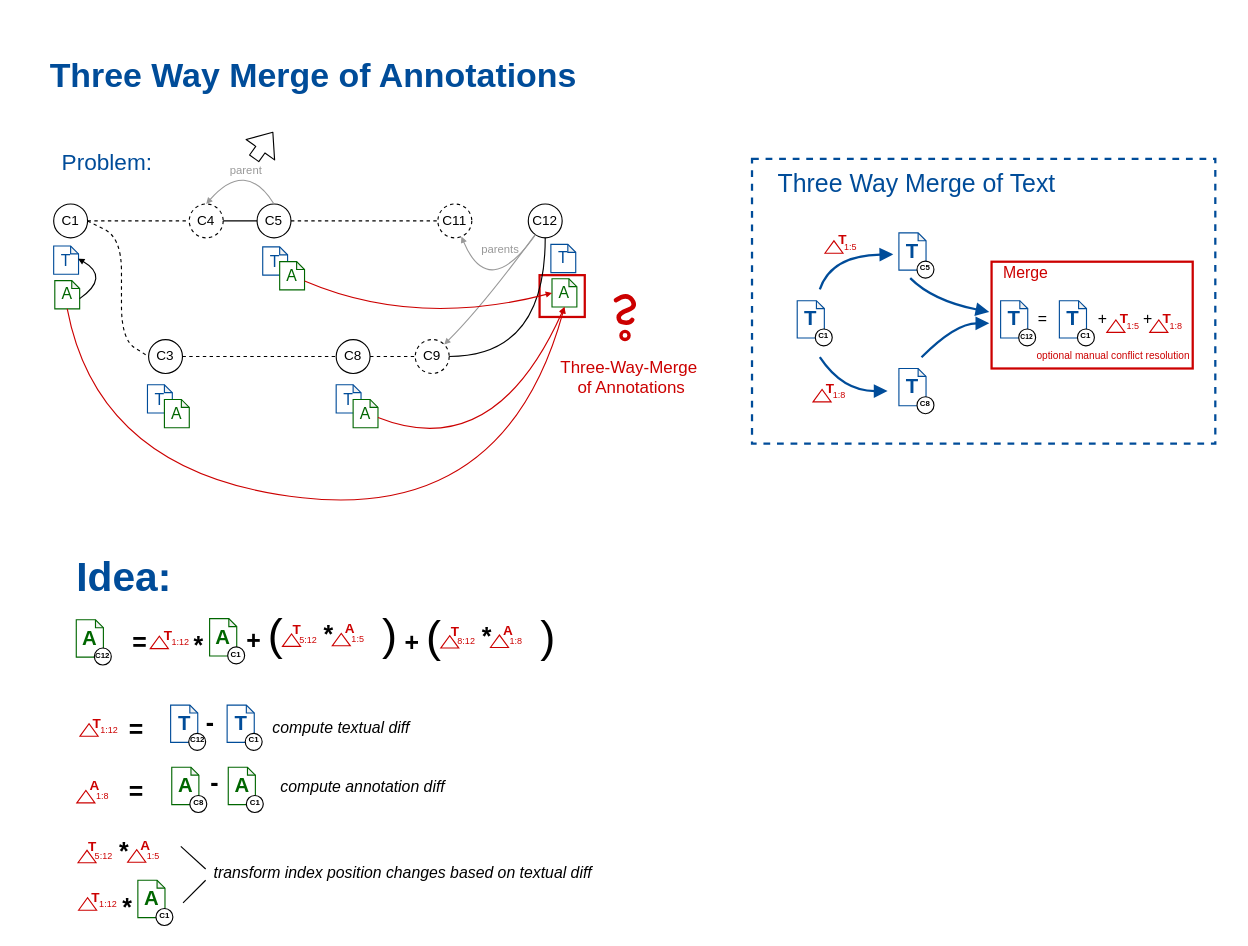
This is demos/annotations/update_annotations.drawio from LivelyKernel/lively4-core, a draw.io file, before an edit. Source tidied: cells renumbered, new cells numbered last; positions are measured from the earlier drawing's top-left corner, leaving out a move shared by most shapes. Both pictures are drawn from the tidied source at 113%, with x=0, y=0 at pixel (19, 18).
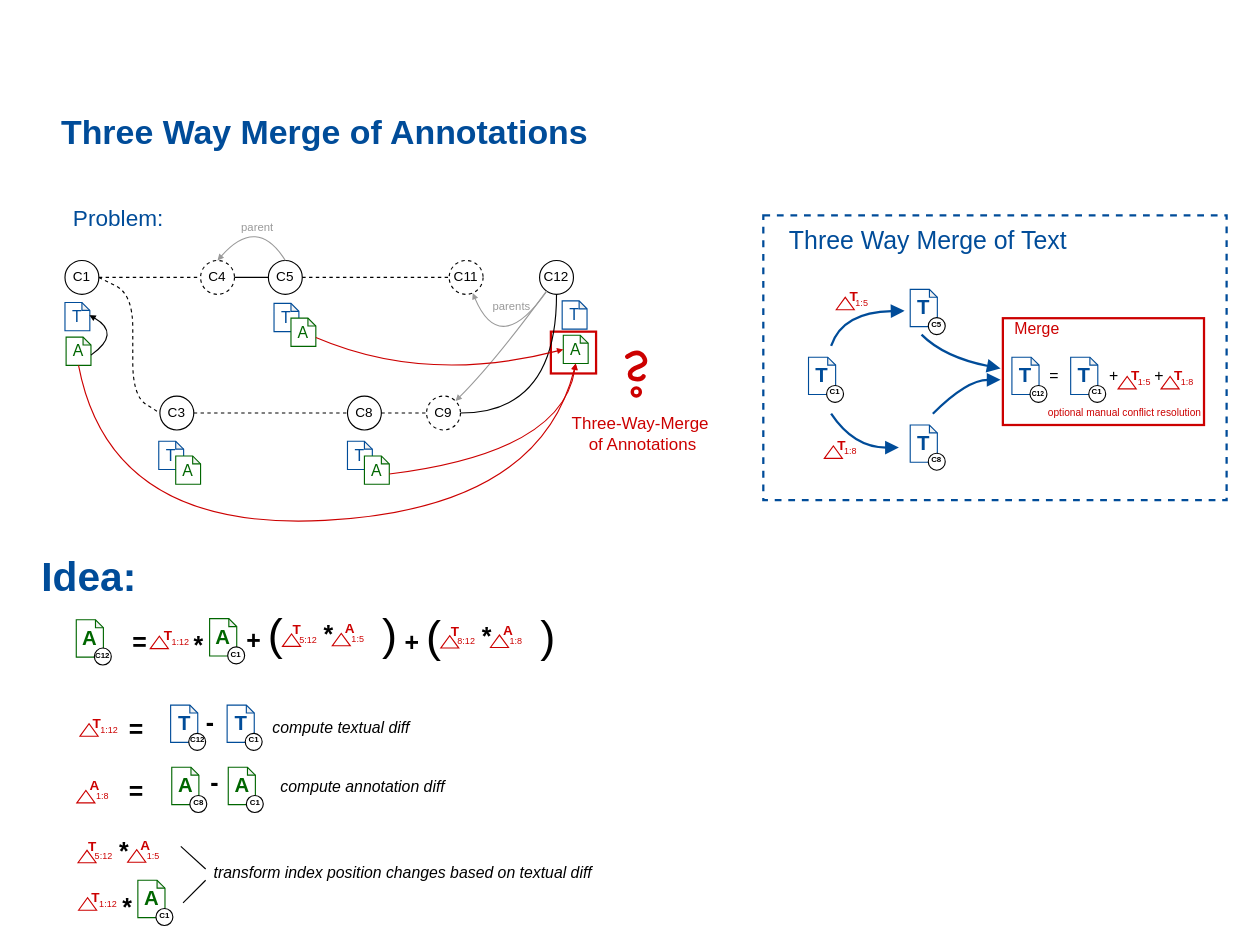
After the change.

Change to the diagram source:
```diff
@@
     <mxCell id="2" style="rounded=0;whiteSpace=wrap;html=1;shadow=0;comic=0;labelBackgroundColor=none;strokeColor=#004C99;strokeWidth=2;fillColor=none;fontFamily=Helvetica;fontSize=9;fontColor=#000000;dashed=1;" parent="1" vertex="1">
-      <mxGeometry x="648" y="124" width="410" height="252.1" as="geometry" />
+      <mxGeometry x="658" y="174" width="410" height="252.1" as="geometry" />
     </mxCell>
     <mxCell id="3" style="rounded=0;whiteSpace=wrap;html=1;strokeColor=#CC0000;fontSize=10;fontColor=#999999;fillColor=none;strokeWidth=2;" parent="1" vertex="1">
-      <mxGeometry x="460" y="227" width="40" height="37" as="geometry" />
+      <mxGeometry x="470" y="277" width="40" height="37" as="geometry" />
     </mxCell>
     <mxCell id="4" value="C1" style="ellipse;whiteSpace=wrap;html=1;" parent="1" vertex="1">
-      <mxGeometry x="30" y="164" width="30" height="30" as="geometry" />
+      <mxGeometry x="40" y="214" width="30" height="30" as="geometry" />
     </mxCell>
     <mxCell id="5" value="C4" style="ellipse;whiteSpace=wrap;html=1;dashed=1;" parent="1" vertex="1">
-      <mxGeometry x="150" y="164" width="30" height="30" as="geometry" />
+      <mxGeometry x="160" y="214" width="30" height="30" as="geometry" />
     </mxCell>
     <mxCell id="6" value="C3" style="ellipse;whiteSpace=wrap;html=1;" parent="1" vertex="1">
-      <mxGeometry x="114" y="284" width="30" height="30" as="geometry" />
+      <mxGeometry x="124" y="334" width="30" height="30" as="geometry" />
     </mxCell>
     <mxCell id="7" value="&lt;font style=&quot;font-size: 14px&quot;&gt;T&lt;/font&gt;" style="shape=note;whiteSpace=wrap;html=1;backgroundOutline=1;darkOpacity=0.05;size=7;strokeColor=#004C99;fontColor=#004C99;" parent="1" vertex="1">
-      <mxGeometry x="30" y="201.2" width="22" height="25" as="geometry" />
+      <mxGeometry x="40" y="251.2" width="22" height="25" as="geometry" />
     </mxCell>
     <mxCell id="8" value="&lt;font style=&quot;font-size: 14px&quot;&gt;A&lt;/font&gt;" style="shape=note;whiteSpace=wrap;html=1;backgroundOutline=1;darkOpacity=0.05;size=7;strokeColor=#006600;fontColor=#006600;" parent="1" vertex="1">
-      <mxGeometry x="31" y="231.8" width="22" height="25" as="geometry" />
+      <mxGeometry x="41" y="281.8" width="22" height="25" as="geometry" />
     </mxCell>
     <mxCell id="9" style="endArrow=block;html=1;fontColor=#006600;exitX=0;exitY=0;exitDx=22;exitDy=16;exitPerimeter=0;entryX=0.985;entryY=0.449;entryDx=0;entryDy=0;entryPerimeter=0;curved=1;endFill=1;endSize=3;" parent="1" edge="1" source="8" target="7">
       <mxGeometry relative="1" as="geometry">
         <Array as="points">
-          <mxPoint x="80" y="228.8" />
+          <mxPoint x="90" y="278.8" />
         </Array>
       </mxGeometry>
     </mxCell>
     <mxCell id="10" value="C5" style="ellipse;whiteSpace=wrap;html=1;" parent="1" vertex="1">
-      <mxGeometry x="210" y="164" width="30" height="30" as="geometry" />
+      <mxGeometry x="220" y="214" width="30" height="30" as="geometry" />
     </mxCell>
@@
     <mxCell id="13" value="&lt;font style=&quot;font-size: 14px&quot;&gt;T&lt;/font&gt;" style="shape=note;whiteSpace=wrap;html=1;backgroundOutline=1;darkOpacity=0.05;size=7;strokeColor=#004C99;fontColor=#004C99;" parent="1" vertex="1">
-      <mxGeometry x="215" y="202" width="22" height="25" as="geometry" />
+      <mxGeometry x="225" y="252" width="22" height="25" as="geometry" />
     </mxCell>
     <mxCell id="14" value="&lt;font style=&quot;font-size: 14px&quot;&gt;A&lt;/font&gt;" style="shape=note;whiteSpace=wrap;html=1;backgroundOutline=1;darkOpacity=0.05;size=7;strokeColor=#006600;fontColor=#006600;" parent="1" vertex="1">
-      <mxGeometry x="230" y="215" width="22" height="25" as="geometry" />
+      <mxGeometry x="240" y="265" width="22" height="25" as="geometry" />
     </mxCell>
     <mxCell id="15" value="&lt;font style=&quot;font-size: 14px&quot;&gt;T&lt;/font&gt;" style="shape=note;whiteSpace=wrap;html=1;backgroundOutline=1;darkOpacity=0.05;size=7;strokeColor=#004C99;fontColor=#004C99;" parent="1" vertex="1">
-      <mxGeometry x="113" y="324" width="22" height="25" as="geometry" />
+      <mxGeometry x="123" y="374" width="22" height="25" as="geometry" />
     </mxCell>
     <mxCell id="16" value="&lt;font style=&quot;font-size: 14px&quot;&gt;A&lt;/font&gt;" style="shape=note;whiteSpace=wrap;html=1;backgroundOutline=1;darkOpacity=0.05;size=7;strokeColor=#006600;fontColor=#006600;" parent="1" vertex="1">
-      <mxGeometry x="128" y="337" width="22" height="25" as="geometry" />
+      <mxGeometry x="138" y="387" width="22" height="25" as="geometry" />
     </mxCell>
     <mxCell id="17" style="endArrow=none;dashed=1;html=1;fontColor=#006600;entryX=0;entryY=0.5;entryDx=0;entryDy=0;exitX=1;exitY=0.5;exitDx=0;exitDy=0;jumpSize=23;arcSize=60;" parent="1" edge="1" source="4" target="6">
       <mxGeometry relative="1" as="geometry">
         <Array as="points">
-          <mxPoint x="90" y="194" />
-          <mxPoint x="90" y="284" />
+          <mxPoint x="100" y="244" />
+          <mxPoint x="100" y="334" />
         </Array>
       </mxGeometry>
     </mxCell>
     <mxCell id="18" value="C8" style="ellipse;whiteSpace=wrap;html=1;" parent="1" vertex="1">
-      <mxGeometry x="280" y="284" width="30" height="30" as="geometry" />
+      <mxGeometry x="290" y="334" width="30" height="30" as="geometry" />
     </mxCell>
@@
     <mxCell id="20" value="&lt;font style=&quot;font-size: 14px&quot;&gt;T&lt;/font&gt;" style="shape=note;whiteSpace=wrap;html=1;backgroundOutline=1;darkOpacity=0.05;size=7;strokeColor=#004C99;fontColor=#004C99;" parent="1" vertex="1">
-      <mxGeometry x="280" y="324" width="22" height="25" as="geometry" />
+      <mxGeometry x="290" y="374" width="22" height="25" as="geometry" />
     </mxCell>
     <mxCell id="21" value="&lt;font style=&quot;font-size: 14px&quot;&gt;A&lt;/font&gt;" style="shape=note;whiteSpace=wrap;html=1;backgroundOutline=1;darkOpacity=0.05;size=7;strokeColor=#006600;fontColor=#006600;" parent="1" vertex="1">
-      <mxGeometry x="295" y="337" width="22" height="25" as="geometry" />
+      <mxGeometry x="305" y="387" width="22" height="25" as="geometry" />
     </mxCell>
     <mxCell id="22" value="C11" style="ellipse;whiteSpace=wrap;html=1;dashed=1;" parent="1" vertex="1">
-      <mxGeometry x="370" y="164" width="30" height="30" as="geometry" />
+      <mxGeometry x="380" y="214" width="30" height="30" as="geometry" />
     </mxCell>
@@
     <mxCell id="24" style="endArrow=block;html=1;fontColor=#006600;exitX=0.5;exitY=0;exitDx=0;exitDy=0;entryX=0.5;entryY=0;entryDx=0;entryDy=0;endFill=1;endSize=3;arcSize=60;strokeColor=#999999;curved=1;" parent="1" edge="1" source="10" target="5">
       <mxGeometry relative="1" as="geometry">
         <Array as="points">
-          <mxPoint x="200" y="124" />
+          <mxPoint x="210" y="174" />
         </Array>
       </mxGeometry>
     </mxCell>
-    <mxCell id="25" style="edgeStyle=none;shape=flexArrow;curved=1;comic=0;jumpStyle=none;jettySize=auto;html=1;endArrow=block;endFill=1;strokeColor=#000000;strokeWidth=1;fontSize=30;fontColor=#000000;" parent="1" edge="1" source="26" target="181">
-      <mxGeometry relative="1" as="geometry" />
-    </mxCell>
     <mxCell id="26" value="parent" style="text;html=1;align=center;verticalAlign=middle;points=[];fontColor=#999999;fontSize=10;strokeColor=none;" parent="1" vertex="1">
-      <mxGeometry x="180" y="124" width="40" height="20" as="geometry" />
+      <mxGeometry x="190" y="174" width="40" height="20" as="geometry" />
     </mxCell>
     <mxCell id="27" value="C12" style="ellipse;whiteSpace=wrap;html=1;" parent="1" vertex="1">
-      <mxGeometry x="450" y="164" width="30" height="30" as="geometry" />
+      <mxGeometry x="460" y="214" width="30" height="30" as="geometry" />
     </mxCell>
     <mxCell id="28" value="C9" style="ellipse;whiteSpace=wrap;html=1;dashed=1;" parent="1" vertex="1">
-      <mxGeometry x="350" y="284" width="30" height="30" as="geometry" />
+      <mxGeometry x="360" y="334" width="30" height="30" as="geometry" />
     </mxCell>
@@
     <mxCell id="31" value="parents" style="text;html=1;align=center;verticalAlign=middle;fontColor=#999999;fontSize=10;strokeColor=none;" parent="1" vertex="1">
-      <mxGeometry x="400" y="194" width="50" height="20" as="geometry" />
+      <mxGeometry x="410" y="244" width="50" height="20" as="geometry" />
     </mxCell>
     <mxCell id="32" style="endArrow=block;html=1;fontColor=#006600;endFill=1;endSize=3;arcSize=60;strokeColor=#999999;curved=1;" parent="1" edge="1" source="27" target="28">
       <mxGeometry relative="1" as="geometry">
         <Array as="points">
-          <mxPoint x="410" y="254" />
+          <mxPoint x="420" y="304" />
         </Array>
       </mxGeometry>
     </mxCell>
     <mxCell id="33" style="endArrow=block;html=1;fontColor=#006600;endFill=1;endSize=3;arcSize=60;strokeColor=#999999;curved=1;" parent="1" edge="1" source="27" target="22">
       <mxGeometry relative="1" as="geometry">
         <Array as="points">
-          <mxPoint x="415" y="250" />
+          <mxPoint x="425" y="300" />
         </Array>
       </mxGeometry>
     </mxCell>
     <mxCell id="34" value="&lt;font style=&quot;font-size: 14px&quot;&gt;T&lt;/font&gt;" style="shape=note;whiteSpace=wrap;html=1;backgroundOutline=1;darkOpacity=0.05;size=7;strokeColor=#004C99;fontColor=#004C99;" parent="1" vertex="1">
-      <mxGeometry x="470" y="199.8" width="22" height="25" as="geometry" />
+      <mxGeometry x="480" y="249.8" width="22" height="25" as="geometry" />
     </mxCell>
     <mxCell id="35" value="&lt;font style=&quot;font-size: 14px&quot;&gt;A&lt;/font&gt;" style="shape=note;whiteSpace=wrap;html=1;backgroundOutline=1;darkOpacity=0.05;size=7;strokeColor=#006600;fontColor=#006600;" parent="1" vertex="1">
-      <mxGeometry x="471" y="230.2" width="22" height="25" as="geometry" />
+      <mxGeometry x="481" y="280.2" width="22" height="25" as="geometry" />
     </mxCell>
     <mxCell id="36" style="endArrow=block;html=1;fontColor=#006600;endFill=1;endSize=3;arcSize=60;strokeColor=#CC0000;curved=1;exitX=0.5;exitY=1;exitDx=0;exitDy=0;exitPerimeter=0;entryX=0.5;entryY=1;entryDx=0;entryDy=0;entryPerimeter=0;" parent="1" edge="1" source="8" target="35">
       <mxGeometry relative="1" as="geometry">
         <Array as="points">
-          <mxPoint x="70" y="404" />
-          <mxPoint x="430" y="444" />
+          <mxPoint x="80" y="454" />
+          <mxPoint x="460" y="434" />
         </Array>
       </mxGeometry>
     </mxCell>
     <mxCell id="37" style="endArrow=block;html=1;fontColor=#006600;endFill=1;endSize=3;arcSize=60;strokeColor=#CC0000;curved=1;entryX=0.5;entryY=1;entryDx=0;entryDy=0;entryPerimeter=0;exitX=0;exitY=0;exitDx=22;exitDy=16;exitPerimeter=0;" parent="1" edge="1" source="21" target="35">
       <mxGeometry relative="1" as="geometry">
         <Array as="points">
-          <mxPoint x="420" y="394" />
+          <mxPoint x="480" y="384" />
         </Array>
       </mxGeometry>
     </mxCell>
     <mxCell id="38" style="endArrow=block;html=1;fontColor=#006600;endFill=1;endSize=3;arcSize=60;strokeColor=#CC0000;curved=1;entryX=0;entryY=0.5;entryDx=0;entryDy=0;entryPerimeter=0;" parent="1" edge="1" source="14" target="35">
       <mxGeometry relative="1" as="geometry">
         <Array as="points">
-          <mxPoint x="350" y="274" />
+          <mxPoint x="360" y="324" />
         </Array>
       </mxGeometry>
     </mxCell>
     <mxCell id="39" style="group;" parent="1" vertex="1">
-      <mxGeometry x="530" y="242.5" width="16.3" height="41.5" as="geometry" />
+      <mxGeometry x="540" y="292.5" width="16.3" height="41.5" as="geometry" />
     </mxCell>
@@
     <mxCell id="42" value="Three-Way-Merge&amp;nbsp;&lt;br style=&quot;font-size: 15px;&quot;&gt;of Annotations" style="text;html=1;align=center;verticalAlign=middle;fontSize=15;fontFamily=Helvetica;fontColor=#CC0000;" parent="1" vertex="1">
-      <mxGeometry x="471" y="297" width="140" height="40" as="geometry" />
+      <mxGeometry x="481" y="347" width="140" height="40" as="geometry" />
     </mxCell>
     <mxCell id="43" style="group;" parent="1" vertex="1">
-      <mxGeometry x="778" y="309.6" width="31" height="40" as="geometry" />
+      <mxGeometry x="788" y="359.6" width="31" height="40" as="geometry" />
     </mxCell>
@@
     <mxCell id="46" style="group;" parent="1" vertex="1">
-      <mxGeometry x="778" y="189.6" width="31" height="40" as="geometry" />
+      <mxGeometry x="788" y="239.6" width="31" height="40" as="geometry" />
     </mxCell>
@@
     <mxCell id="49" style="group;" parent="1" vertex="1">
-      <mxGeometry x="688" y="249.6" width="31" height="40" as="geometry" />
+      <mxGeometry x="698" y="299.6" width="31" height="40" as="geometry" />
     </mxCell>
@@
     <mxCell id="52" style="group;" parent="1" vertex="1">
-      <mxGeometry x="868" y="249.6" width="170" height="90" as="geometry" />
+      <mxGeometry x="878" y="299.6" width="170" height="90" as="geometry" />
     </mxCell>
@@
     <mxCell id="74" style="endArrow=block;html=1;fontSize=6;fontColor=#006600;endFill=1;endSize=7;startSize=7;strokeWidth=2;jumpStyle=none;comic=0;strokeColor=#004C99;curved=1;" parent="1" edge="1">
       <mxGeometry relative="1" as="geometry">
-        <mxPoint x="708" y="239.6" as="sourcePoint" />
-        <mxPoint x="773" y="208.6" as="targetPoint" />
+        <mxPoint x="718" y="289.6" as="sourcePoint" />
+        <mxPoint x="783" y="258.6" as="targetPoint" />
         <Array as="points">
-          <mxPoint x="718" y="209.6" />
+          <mxPoint x="728" y="259.6" />
         </Array>
       </mxGeometry>
     </mxCell>
     <mxCell id="75" style="endArrow=block;html=1;fontSize=6;fontColor=#006600;endFill=1;endSize=7;startSize=7;strokeWidth=2;jumpStyle=none;comic=0;strokeColor=#004C99;curved=1;" parent="1" edge="1">
       <mxGeometry relative="1" as="geometry">
-        <mxPoint x="708" y="299.6" as="sourcePoint" />
-        <mxPoint x="768" y="329.6" as="targetPoint" />
+        <mxPoint x="718" y="349.6" as="sourcePoint" />
+        <mxPoint x="778" y="379.6" as="targetPoint" />
         <Array as="points">
-          <mxPoint x="728" y="329.6" />
+          <mxPoint x="738" y="379.6" />
         </Array>
       </mxGeometry>
     </mxCell>
     <mxCell id="76" style="endArrow=block;html=1;fontSize=6;fontColor=#006600;endFill=1;endSize=7;startSize=7;strokeWidth=2;jumpStyle=none;comic=0;strokeColor=#004C99;curved=1;" parent="1" edge="1">
       <mxGeometry relative="1" as="geometry">
-        <mxPoint x="788" y="229.6" as="sourcePoint" />
-        <mxPoint x="858" y="259.6" as="targetPoint" />
+        <mxPoint x="798" y="279.6" as="sourcePoint" />
+        <mxPoint x="868" y="309.6" as="targetPoint" />
         <Array as="points">
-          <mxPoint x="808" y="249.6" />
+          <mxPoint x="818" y="299.6" />
         </Array>
       </mxGeometry>
     </mxCell>
     <mxCell id="77" style="endArrow=block;html=1;fontSize=6;fontColor=#006600;endFill=1;endSize=7;startSize=7;strokeWidth=2;jumpStyle=none;comic=0;strokeColor=#004C99;curved=1;" parent="1" edge="1">
       <mxGeometry relative="1" as="geometry">
-        <mxPoint x="798" y="299.6" as="sourcePoint" />
-        <mxPoint x="858" y="269.6" as="targetPoint" />
+        <mxPoint x="808" y="349.6" as="sourcePoint" />
+        <mxPoint x="868" y="319.6" as="targetPoint" />
         <Array as="points">
-          <mxPoint x="828" y="269.6" />
+          <mxPoint x="838" y="319.6" />
         </Array>
       </mxGeometry>
     </mxCell>
     <mxCell id="78" style="group;" parent="1" vertex="1">
-      <mxGeometry x="712" y="186.1" width="38" height="24" as="geometry" />
+      <mxGeometry x="722" y="236.1" width="38" height="24" as="geometry" />
     </mxCell>
@@
     <mxCell id="83" style="group;" parent="1" vertex="1">
-      <mxGeometry x="701.5" y="317.6" width="38" height="24" as="geometry" />
+      <mxGeometry x="711.5" y="367.6" width="38" height="24" as="geometry" />
     </mxCell>
@@
     <mxCell id="88" value="Three Way Merge of Text" style="text;strokeColor=none;fillColor=none;align=center;verticalAlign=middle;whiteSpace=wrap;rounded=0;shadow=0;comic=0;labelBackgroundColor=none;fontFamily=Helvetica;fontSize=22;fontColor=#004C99;" parent="1" vertex="1">
-      <mxGeometry x="653.5" y="137.7" width="280" height="18" as="geometry" />
+      <mxGeometry x="663.5" y="187.7" width="280" height="18" as="geometry" />
     </mxCell>
@@
     <mxCell id="181" value="Three Way Merge of Annotations" style="text;strokeColor=none;fillColor=none;align=center;verticalAlign=middle;whiteSpace=wrap;rounded=0;shadow=0;comic=0;labelBackgroundColor=none;fontFamily=Helvetica;fontSize=30;fontColor=#004C99;fontStyle=1;" parent="1" vertex="1">
-      <mxGeometry y="0.1" width="520" height="100" as="geometry" />
+      <mxGeometry x="10" y="50.1" width="520" height="100" as="geometry" />
     </mxCell>
     <mxCell id="182" value="&lt;font style=&quot;font-size: 20px&quot;&gt;Problem:&lt;/font&gt;" style="text;html=1;strokeColor=none;fillColor=none;align=center;verticalAlign=middle;whiteSpace=wrap;rounded=0;shadow=0;comic=0;labelBackgroundColor=none;fontFamily=Helvetica;fontSize=22;fontColor=#004C99;" parent="1" vertex="1">
-      <mxGeometry x="25" y="116.8" width="105" height="20" as="geometry" />
+      <mxGeometry x="35" y="166.8" width="105" height="20" as="geometry" />
     </mxCell>
     <mxCell id="183" value="&lt;font style=&quot;font-size: 36px;&quot;&gt;&lt;b style=&quot;font-size: 36px;&quot;&gt;Idea:&lt;/b&gt;&lt;/font&gt;" style="text;html=1;strokeColor=none;fillColor=none;align=center;verticalAlign=middle;whiteSpace=wrap;rounded=0;shadow=0;comic=0;labelBackgroundColor=none;fontFamily=Helvetica;fontSize=36;fontColor=#004C99;" parent="1" vertex="1">
-      <mxGeometry x="39.5" y="484" width="105" height="20" as="geometry" />
+      <mxGeometry x="8.8" y="484" width="105" height="20" as="geometry" />
     </mxCell>
```
